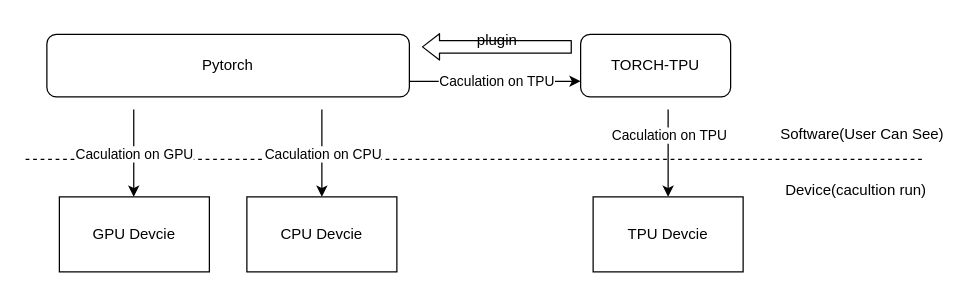
The draw.io diagram docs/developer_manual/assets/framework.drawio in sophgo/torch-tpu, before the edit. Source tidied: cells renumbered, new cells numbered last; positions are measured from the earlier drawing's top-left corner, leaving out a move shared by most shapes. Both pictures are drawn from the tidied source at 125%, with x=0, y=0 at pixel (21, 21).
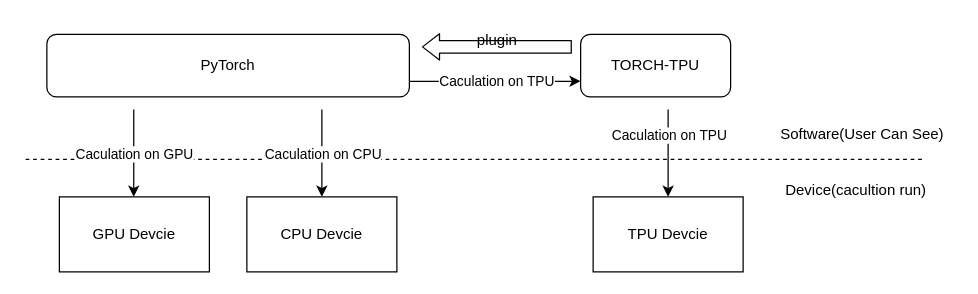
The same diagram, later.

The edit, as a diff of the source:
```diff
@@
-    <mxCell id="2" value="Pytorch" style="rounded=1;whiteSpace=wrap;html=1;" parent="1" vertex="1">
+    <mxCell id="2" value="PyTorch" style="rounded=1;whiteSpace=wrap;html=1;" parent="1" vertex="1">
       <mxGeometry x="20" y="10" width="290" height="50" as="geometry" />
     </mxCell>
```
